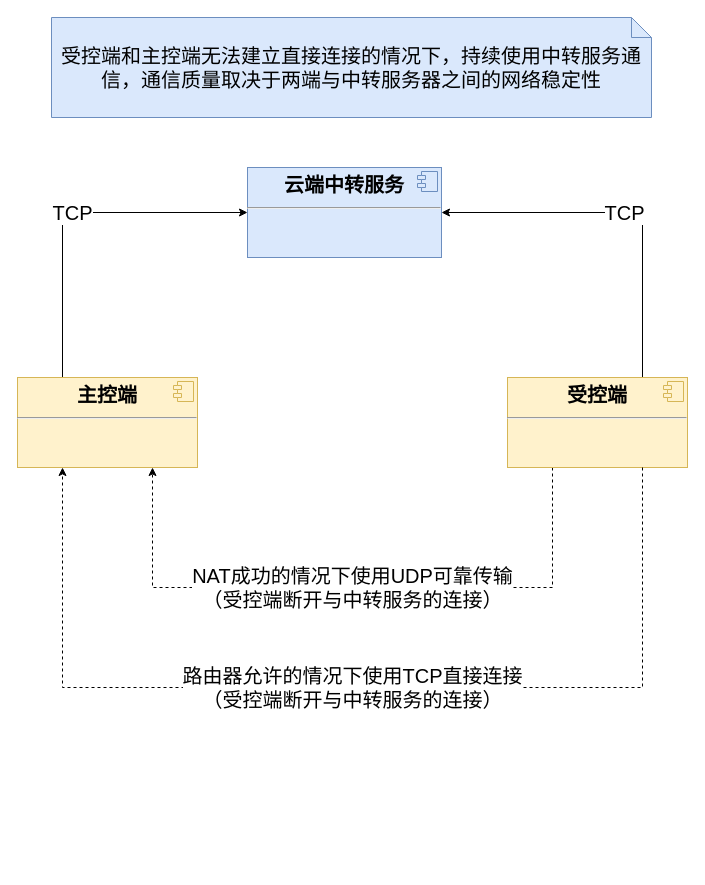
kwhitestone/drawio keeps this draw.io diagram as adhoc.drawio. Above is the earlier version. Source tidied: cells renumbered, new cells numbered last; positions are measured from the earlier drawing's top-left corner, leaving out a move shared by most shapes. Both pictures are drawn from the tidied source at 100%, with x=0, y=0 at pixel (17, 17).
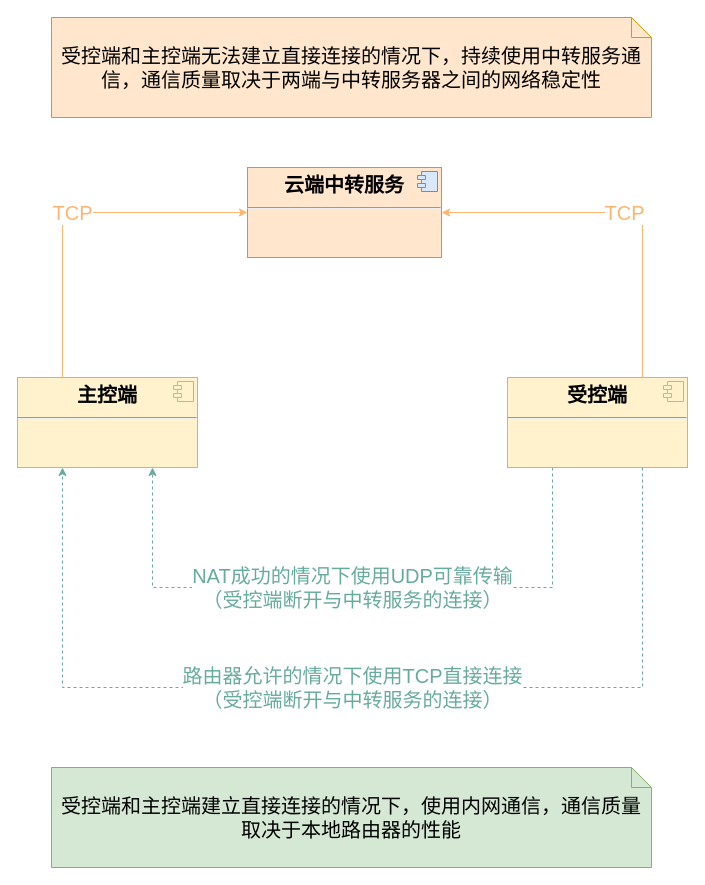
The same page after the edit.

Unchanged cells that the change refers to:
```xml
<mxCell id="3" value="&lt;p style=&quot;margin: 6px 0px 0px; text-align: center; font-size: 20px;&quot;&gt;&lt;b style=&quot;font-size: 20px;&quot;&gt;主控端&lt;/b&gt;&lt;/p&gt;&lt;hr style=&quot;font-size: 20px;&quot;&gt;&lt;p style=&quot;margin: 0px 0px 0px 8px; font-size: 20px;&quot;&gt;&lt;br style=&quot;font-size: 20px;&quot;&gt;&lt;/p&gt;" style="align=left;overflow=fill;html=1;whiteSpace=wrap;fontSize=20;fillColor=#fff2cc;strokeColor=#d6b656;" parent="1" vertex="1">
  <mxGeometry y="360" width="180" height="90" as="geometry" />
</mxCell>
<mxCell id="7" value="&lt;p style=&quot;margin: 6px 0px 0px; text-align: center; font-size: 20px;&quot;&gt;&lt;b style=&quot;font-size: 20px;&quot;&gt;受控端&lt;/b&gt;&lt;/p&gt;&lt;hr style=&quot;font-size: 20px;&quot;&gt;&lt;p style=&quot;margin: 0px 0px 0px 8px; font-size: 20px;&quot;&gt;&lt;br style=&quot;font-size: 20px;&quot;&gt;&lt;/p&gt;" style="align=left;overflow=fill;html=1;whiteSpace=wrap;fontSize=20;fillColor=#fff2cc;strokeColor=#d6b656;" parent="1" vertex="1">
  <mxGeometry x="490" y="360" width="180" height="90" as="geometry" />
</mxCell>
```

Diff of the diagram source:
```diff
@@
-    <mxCell id="2" value="TCP" style="edgeStyle=orthogonalEdgeStyle;rounded=0;jettySize=auto;html=1;entryX=0;entryY=0.5;entryDx=0;entryDy=0;exitX=0.25;exitY=0;exitDx=0;exitDy=0;fontSize=20;" parent="1" edge="1" source="3" target="9">
+    <mxCell id="2" value="TCP" style="edgeStyle=orthogonalEdgeStyle;rounded=0;jettySize=auto;html=1;entryX=0;entryY=0.5;entryDx=0;entryDy=0;exitX=0.25;exitY=0;exitDx=0;exitDy=0;fontSize=20;strokeColor=#FFB570;fontColor=#FFB570;" parent="1" edge="1" source="3" target="9">
       <mxGeometry relative="1" as="geometry">
         <Array as="points">
           <mxPoint x="45" y="195" />
         </Array>
       </mxGeometry>
     </mxCell>
@@
-    <mxCell id="5" value="TCP" style="edgeStyle=orthogonalEdgeStyle;rounded=0;jettySize=auto;html=1;entryX=1;entryY=0.5;entryDx=0;entryDy=0;exitX=0.75;exitY=0;exitDx=0;exitDy=0;fontSize=20;" parent="1" edge="1" source="7" target="9">
+    <mxCell id="5" value="TCP" style="edgeStyle=orthogonalEdgeStyle;rounded=0;jettySize=auto;html=1;entryX=1;entryY=0.5;entryDx=0;entryDy=0;exitX=0.75;exitY=0;exitDx=0;exitDy=0;fontSize=20;strokeColor=#FFB570;fontColor=#FFB570;" parent="1" edge="1" source="7" target="9">
       <mxGeometry relative="1" as="geometry" />
     </mxCell>
-    <mxCell id="6" value="NAT成功的情况下使用UDP可靠传输&lt;br&gt;（受控端断开与中转服务的连接）" style="edgeStyle=orthogonalEdgeStyle;rounded=0;jettySize=auto;html=1;entryX=0.75;entryY=1;entryDx=0;entryDy=0;exitX=0.25;exitY=1;exitDx=0;exitDy=0;fontSize=20;dashed=1;" parent="1" edge="1" source="7" target="3">
+    <mxCell id="6" value="NAT成功的情况下使用UDP可靠传输&lt;br&gt;（受控端断开与中转服务的连接）" style="edgeStyle=orthogonalEdgeStyle;rounded=0;jettySize=auto;html=1;entryX=0.75;entryY=1;entryDx=0;entryDy=0;exitX=0.25;exitY=1;exitDx=0;exitDy=0;fontSize=20;dashed=1;fillColor=#f8cecc;strokeColor=#67AB9F;fontColor=#67AB9F;" parent="1" edge="1" source="7" target="3">
       <mxGeometry relative="1" as="geometry">
         <Array as="points">
           <mxPoint x="535" y="570" />
           <mxPoint x="135" y="570" />
         </Array>
       </mxGeometry>
     </mxCell>
@@
-    <mxCell id="9" value="&lt;p style=&quot;margin: 6px 0px 0px; text-align: center; font-size: 20px;&quot;&gt;&lt;b style=&quot;font-size: 20px;&quot;&gt;云端中转服务&lt;/b&gt;&lt;/p&gt;&lt;hr style=&quot;font-size: 20px;&quot;&gt;&lt;p style=&quot;margin: 0px 0px 0px 8px; font-size: 20px;&quot;&gt;&lt;br style=&quot;font-size: 20px;&quot;&gt;&lt;/p&gt;" style="align=left;overflow=fill;html=1;whiteSpace=wrap;fontSize=20;fillColor=#dae8fc;strokeColor=#6c8ebf;" parent="1" vertex="1">
+    <mxCell id="9" value="&lt;p style=&quot;margin: 6px 0px 0px; text-align: center; font-size: 20px;&quot;&gt;&lt;b style=&quot;font-size: 20px;&quot;&gt;云端中转服务&lt;/b&gt;&lt;/p&gt;&lt;hr style=&quot;font-size: 20px;&quot;&gt;&lt;p style=&quot;margin: 0px 0px 0px 8px; font-size: 20px;&quot;&gt;&lt;br style=&quot;font-size: 20px;&quot;&gt;&lt;/p&gt;" style="align=left;overflow=fill;html=1;whiteSpace=wrap;fontSize=20;fillColor=#ffe6cc;strokeColor=#d79b00;" parent="1" vertex="1">
       <mxGeometry x="230" y="150" width="194" height="90" as="geometry" />
     </mxCell>
@@
-    <mxCell id="11" value="路由器允许的情况下使用TCP直接连接&lt;br&gt;（受控端断开与中转服务的连接）" style="edgeStyle=orthogonalEdgeStyle;rounded=0;jettySize=auto;html=1;entryX=0.25;entryY=1;entryDx=0;entryDy=0;exitX=0.75;exitY=1;exitDx=0;exitDy=0;fontSize=20;dashed=1;" parent="1" edge="1" source="7" target="3">
+    <mxCell id="11" value="路由器允许的情况下使用TCP直接连接&lt;br&gt;（受控端断开与中转服务的连接）" style="edgeStyle=orthogonalEdgeStyle;rounded=0;jettySize=auto;html=1;entryX=0.25;entryY=1;entryDx=0;entryDy=0;exitX=0.75;exitY=1;exitDx=0;exitDy=0;fontSize=20;dashed=1;fillColor=#f8cecc;strokeColor=#67AB9F;fontColor=#67AB9F;" parent="1" edge="1" source="7" target="3">
       <mxGeometry relative="1" as="geometry">
         <Array as="points">
           <mxPoint x="625" y="670" />
           <mxPoint x="45" y="670" />
         </Array>
       </mxGeometry>
     </mxCell>
-    <mxCell id="12" value="受控端和主控端无法建立直接连接的情况下，持续使用中转服务通信，通信质量取决于两端与中转服务器之间的网络稳定性" style="shape=note;size=20;whiteSpace=wrap;html=1;fontSize=20;fillColor=#dae8fc;strokeColor=#6c8ebf;" parent="1" vertex="1">
+    <mxCell id="12" value="受控端和主控端无法建立直接连接的情况下，持续使用中转服务通信，通信质量取决于两端与中转服务器之间的网络稳定性" style="shape=note;size=20;whiteSpace=wrap;html=1;fontSize=20;fillColor=#ffe6cc;strokeColor=#d79b00;" parent="1" vertex="1">
       <mxGeometry x="34" width="600" height="100" as="geometry" />
     </mxCell>
+    <mxCell id="13" value="受控端和主控端建立直接连接的情况下，使用内网通信，通信质量取决于本地路由器的性能" style="shape=note;size=20;whiteSpace=wrap;html=1;fontSize=20;fillColor=#d5e8d4;strokeColor=#82b366;" parent="1" vertex="1">
+      <mxGeometry x="34" y="750" width="600" height="100" as="geometry" />
+    </mxCell>
```
